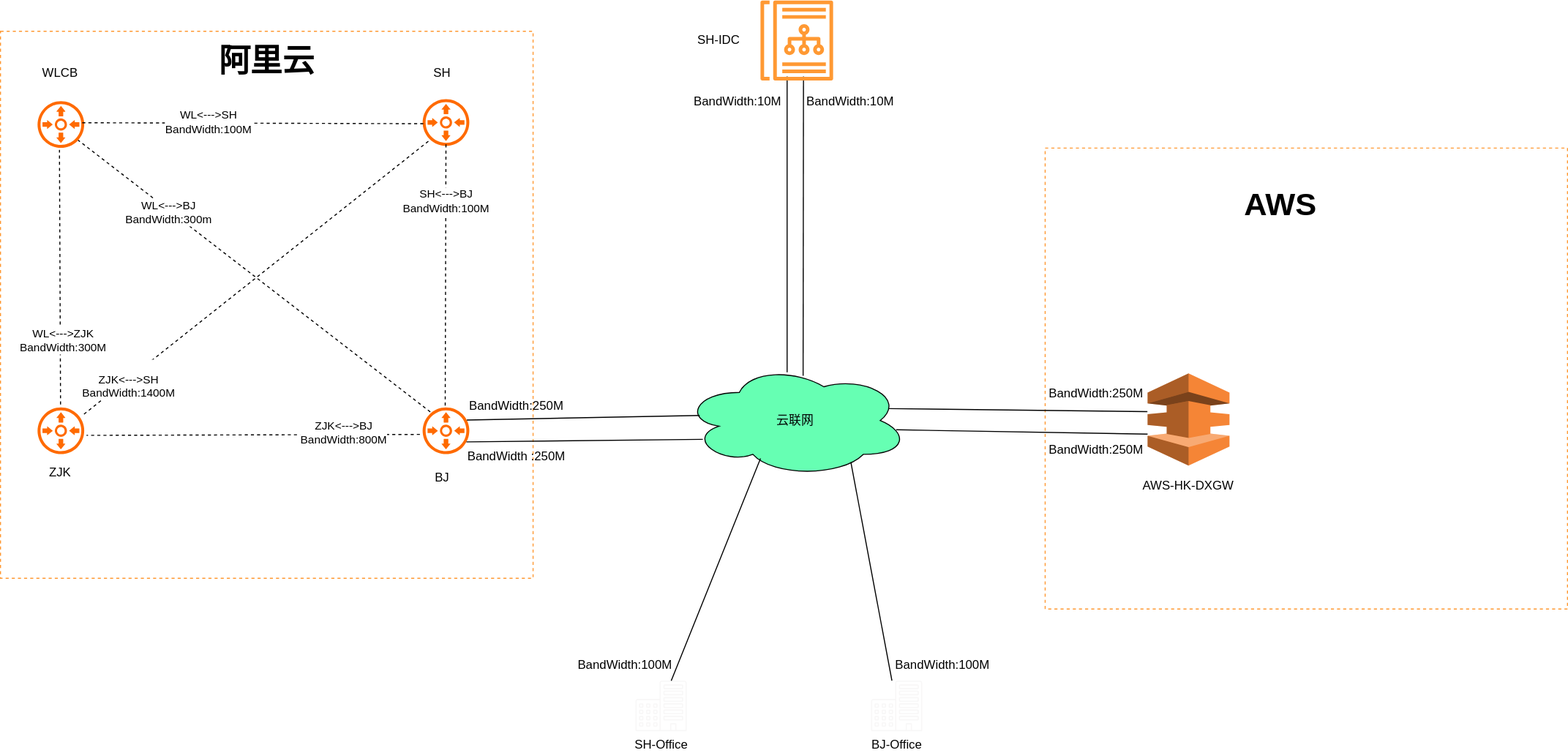
This is traffic.svg from FailEnd/ITPortal, a draw.io export, as it was before one commit. Source tidied: cells renumbered, new cells last; positions are measured from the earlier drawing's top-left corner, leaving out a move shared by most shapes.
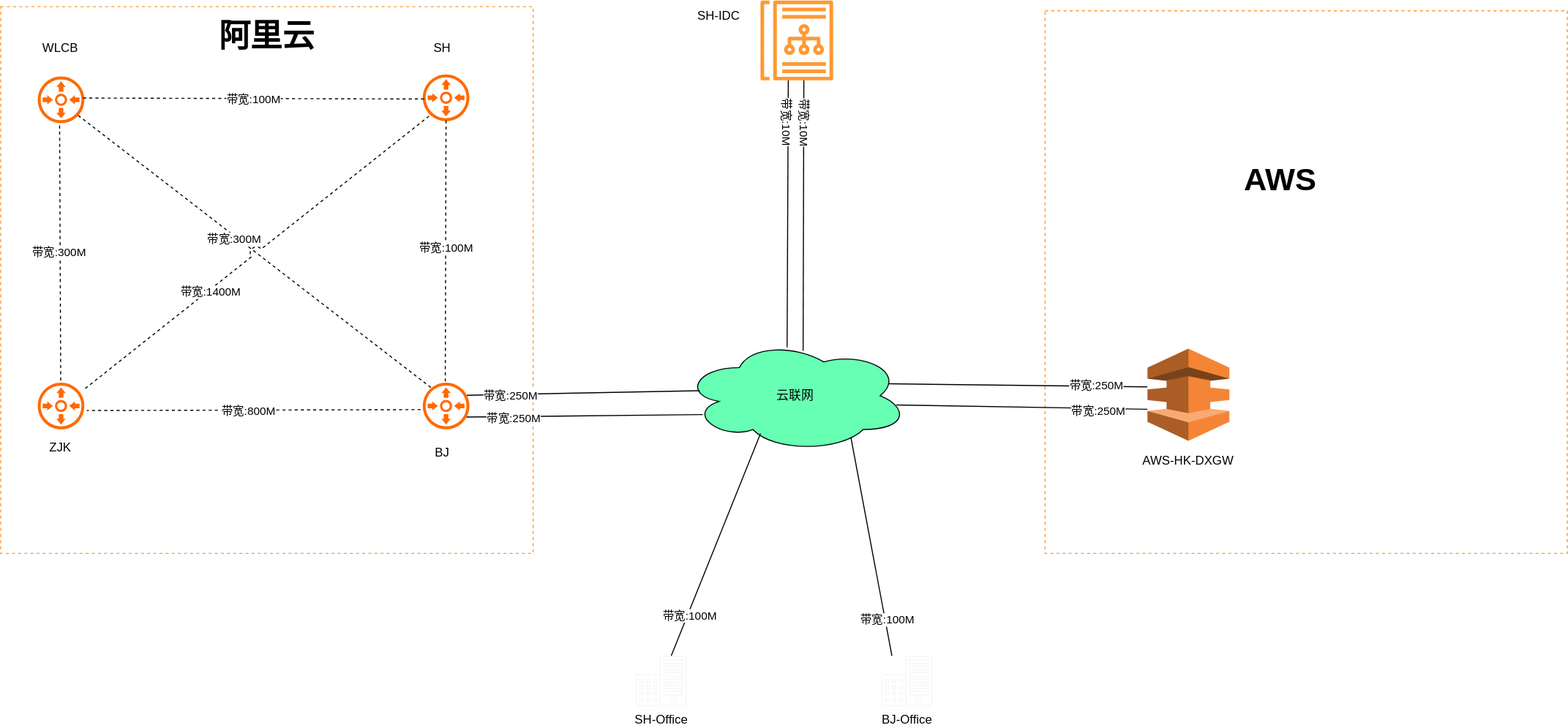
Later version of the same file.

Diff of the diagram source:
```diff
@@ -6,7 +6,7 @@
       <mxGeometry y="30" width="520" height="534" as="geometry" />
     </mxCell>
     <mxCell id="3" style="rounded=0;whiteSpace=wrap;html=1;strokeColor=#FF9933;dashed=1;" parent="1" vertex="1">
-      <mxGeometry x="1020" y="144" width="510" height="450" as="geometry" />
+      <mxGeometry x="1020" y="34" width="510" height="530" as="geometry" />
     </mxCell>
     <mxCell id="4" style="points=[];html=1;align=center;shadow=0;dashed=0;fillColor=#FF6A00;strokeColor=none;shape=mxgraph.alibaba_cloud.vbr_virtual_border_router;" parent="1" vertex="1">
       <mxGeometry x="34" y="96" width="50" height="50" as="geometry" />
@@ -32,35 +32,57 @@
     <mxCell id="11" style="endArrow=none;html=1;rounded=0;entryX=0.344;entryY=0.836;entryDx=0;entryDy=0;entryPerimeter=0;" parent="1" edge="1" source="10" target="9">
       <mxGeometry relative="1" as="geometry" />
     </mxCell>
+    <mxCell id="49" value="带宽:100M" style="edgeLabel;html=1;align=center;verticalAlign=middle;" parent="11" vertex="1">
+      <mxGeometry x="-0.63" y="-1" relative="1" as="geometry" />
+    </mxCell>
     <mxCell id="12" style="endArrow=none;html=1;rounded=0;entryX=0.745;entryY=0.869;entryDx=0;entryDy=0;entryPerimeter=0;" parent="1" edge="1" target="9">
       <mxGeometry relative="1" as="geometry">
         <mxPoint x="870.4" y="664" as="sourcePoint" />
       </mxGeometry>
     </mxCell>
+    <mxCell id="50" value="带宽:100M" style="edgeLabel;html=1;align=center;verticalAlign=middle;" parent="12" vertex="1">
+      <mxGeometry x="-0.67" y="-1" relative="1" as="geometry" />
+    </mxCell>
-    <mxCell id="13" style="endArrow=none;html=1;rounded=0;entryX=0.533;entryY=0.102;entryDx=0;entryDy=0;entryPerimeter=0;exitX=0.592;exitY=0.949;exitDx=0;exitDy=0;exitPerimeter=0;" parent="1" edge="1" source="42" target="9">
+    <mxCell id="13" style="endArrow=none;html=1;rounded=0;entryX=0.533;entryY=0.102;entryDx=0;entryDy=0;entryPerimeter=0;exitX=0.597;exitY=0.985;exitDx=0;exitDy=0;exitPerimeter=0;" parent="1" edge="1" source="42" target="9">
       <mxGeometry relative="1" as="geometry" />
     </mxCell>
+    <mxCell id="51" value="带宽:10M" style="edgeLabel;html=1;align=center;verticalAlign=middle;rotation=90;" parent="13" vertex="1">
+      <mxGeometry x="-0.68" y="2" relative="1" as="geometry" />
+    </mxCell>
-    <mxCell id="14" style="endArrow=none;html=1;rounded=0;exitX=0.391;exitY=0.884;exitDx=0;exitDy=0;exitPerimeter=0;entryX=0.462;entryY=0.071;entryDx=0;entryDy=0;entryPerimeter=0;" parent="1" edge="1" target="9">
-      <mxGeometry relative="1" as="geometry">
-        <mxPoint x="768" y="74" as="sourcePoint" />
-      </mxGeometry>
+    <mxCell id="14" style="endArrow=none;html=1;rounded=0;entryX=0.462;entryY=0.071;entryDx=0;entryDy=0;entryPerimeter=0;exitX=0.383;exitY=0.975;exitDx=0;exitDy=0;exitPerimeter=0;" parent="1" edge="1" source="42" target="9">
+      <mxGeometry relative="1" as="geometry" />
     </mxCell>
+    <mxCell id="52" value="带宽:10M" style="edgeLabel;html=1;align=center;verticalAlign=middle;rotation=90;" parent="14" vertex="1">
+      <mxGeometry x="-0.68" relative="1" as="geometry" />
+    </mxCell>
     <mxCell id="15" style="endArrow=none;html=1;rounded=0;exitX=0.074;exitY=0.455;exitDx=0;exitDy=0;exitPerimeter=0;entryX=0.907;entryY=0.29;entryDx=0;entryDy=0;entryPerimeter=0;" parent="1" edge="1" source="9" target="7">
       <mxGeometry relative="1" as="geometry" />
     </mxCell>
+    <mxCell id="53" value="带宽:250M" style="edgeLabel;html=1;align=center;verticalAlign=middle;" parent="15" vertex="1">
+      <mxGeometry x="0.62" relative="1" as="geometry" />
+    </mxCell>
     <mxCell id="16" style="endArrow=none;html=1;rounded=0;exitX=0.088;exitY=0.667;exitDx=0;exitDy=0;exitPerimeter=0;entryX=0.899;entryY=0.717;entryDx=0;entryDy=0;entryPerimeter=0;" parent="1" edge="1" source="9" target="7">
       <mxGeometry relative="1" as="geometry" />
     </mxCell>
+    <mxCell id="54" value="带宽:250M" style="edgeLabel;html=1;align=center;verticalAlign=middle;" parent="16" vertex="1">
+      <mxGeometry x="0.61" y="1" relative="1" as="geometry" />
+    </mxCell>
     <mxCell id="17" style="endArrow=none;html=1;rounded=0;exitX=0.913;exitY=0.394;exitDx=0;exitDy=0;exitPerimeter=0;entryX=-0.002;entryY=0.294;entryDx=0;entryDy=0;entryPerimeter=0;" parent="1" edge="1" source="9">
       <mxGeometry relative="1" as="geometry">
         <mxPoint x="1119.8" y="401.3" as="targetPoint" />
       </mxGeometry>
     </mxCell>
+    <mxCell id="55" value="带宽:250M" style="edgeLabel;html=1;align=center;verticalAlign=middle;" parent="17" vertex="1">
+      <mxGeometry x="0.6" y="2" relative="1" as="geometry" />
+    </mxCell>
     <mxCell id="18" style="endArrow=none;html=1;rounded=0;exitX=0.946;exitY=0.582;exitDx=0;exitDy=0;exitPerimeter=0;" parent="1" edge="1" source="9">
       <mxGeometry relative="1" as="geometry">
         <mxPoint x="1120" y="423.2" as="targetPoint" />
       </mxGeometry>
     </mxCell>
+    <mxCell id="56" value="带宽:250M" style="edgeLabel;html=1;align=center;verticalAlign=middle;" parent="18" vertex="1">
+      <mxGeometry x="0.6" y="-2" relative="1" as="geometry" />
+    </mxCell>
     <mxCell id="19" value="AWS-HK-DXGW" style="text;strokeColor=none;align=center;fillColor=none;html=1;verticalAlign=middle;whiteSpace=wrap;rounded=0;" parent="1" vertex="1">
       <mxGeometry x="1100" y="459" width="120" height="30" as="geometry" />
     </mxCell>
@@ -72,73 +94,49 @@
         <mxPoint x="84" y="424.4" as="targetPoint" />
       </mxGeometry>
     </mxCell>
-    <mxCell id="22" value="ZJK&amp;lt;---&amp;gt;BJ&lt;br&gt;BandWidth:800M" style="edgeLabel;html=1;align=center;verticalAlign=middle;" parent="21" vertex="1">
-      <mxGeometry x="-0.53" y="-2" relative="1" as="geometry" />
-    </mxCell>
+    <mxCell id="57" value="带宽:800M" style="edgeLabel;html=1;align=center;verticalAlign=middle;" parent="21" vertex="1">
+      <mxGeometry x="0.04" relative="1" as="geometry" />
+    </mxCell>
     <mxCell id="23" style="endArrow=none;html=1;rounded=0;entryX=0.499;entryY=0.895;entryDx=0;entryDy=0;entryPerimeter=0;exitX=0.484;exitY=0.021;exitDx=0;exitDy=0;exitPerimeter=0;dashed=1;flowAnimation=1;" parent="1" edge="1" source="7" target="5">
       <mxGeometry relative="1" as="geometry" />
     </mxCell>
-    <mxCell id="24" value="&lt;div&gt;SH&amp;lt;---&amp;gt;BJ&lt;/div&gt;BandWidth:100M" style="edgeLabel;html=1;align=center;verticalAlign=middle;" parent="23" vertex="1">
-      <mxGeometry x="0.57" relative="1" as="geometry" />
-    </mxCell>
+    <mxCell id="58" value="带宽:100M" style="edgeLabel;html=1;align=center;verticalAlign=middle;" parent="23" vertex="1">
+      <mxGeometry x="0.02" relative="1" as="geometry" />
+    </mxCell>
     <mxCell id="25" style="endArrow=none;html=1;rounded=0;exitX=0.203;exitY=0.139;exitDx=0;exitDy=0;exitPerimeter=0;entryX=0.836;entryY=0.806;entryDx=0;entryDy=0;entryPerimeter=0;dashed=1;flowAnimation=1;" parent="1" edge="1" source="7" target="4">
       <mxGeometry relative="1" as="geometry" />
     </mxCell>
-    <mxCell id="26" value="&lt;div&gt;WL&amp;lt;---&amp;gt;BJ&lt;/div&gt;BandWidth:300m" style="edgeLabel;html=1;align=center;verticalAlign=middle;" parent="25" vertex="1">
-      <mxGeometry x="0.48" y="2" relative="1" as="geometry" />
-    </mxCell>
+    <mxCell id="59" value="带宽:300M" style="edgeLabel;html=1;align=center;verticalAlign=middle;" parent="25" vertex="1">
+      <mxGeometry x="0.11" y="2" relative="1" as="geometry" />
+    </mxCell>
     <mxCell id="27" style="endArrow=none;html=1;rounded=0;exitX=0.48;exitY=0.006;exitDx=0;exitDy=0;exitPerimeter=0;entryX=0.471;entryY=0.996;entryDx=0;entryDy=0;entryPerimeter=0;dashed=1;flowAnimation=1;" parent="1" edge="1" target="4">
       <mxGeometry relative="1" as="geometry">
         <mxPoint x="58.6" y="395" as="sourcePoint" />
       </mxGeometry>
     </mxCell>
-    <mxCell id="28" value="WL&amp;lt;---&amp;gt;ZJK&lt;br&gt;BandWidth:300M" style="edgeLabel;html=1;align=center;verticalAlign=middle;" parent="27" vertex="1">
-      <mxGeometry x="-0.5" y="-2" relative="1" as="geometry" />
-    </mxCell>
+    <mxCell id="60" value="带宽:300M" style="edgeLabel;html=1;align=center;verticalAlign=middle;" parent="27" vertex="1">
+      <mxGeometry y="2" relative="1" as="geometry" />
+    </mxCell>
     <mxCell id="29" style="endArrow=none;html=1;rounded=0;exitX=0.07;exitY=0.524;exitDx=0;exitDy=0;exitPerimeter=0;entryX=0.895;entryY=0.465;entryDx=0;entryDy=0;entryPerimeter=0;dashed=1;flowAnimation=1;" parent="1" edge="1" source="5" target="4">
       <mxGeometry relative="1" as="geometry" />
     </mxCell>
-    <mxCell id="30" value="WL&amp;lt;---&amp;gt;SH&lt;br&gt;BandWidth:100M" style="edgeLabel;html=1;align=center;verticalAlign=middle;" parent="29" vertex="1">
-      <mxGeometry x="0.26" y="-1" relative="1" as="geometry" />
-    </mxCell>
+    <mxCell id="61" value="带宽:100M" style="edgeLabel;html=1;align=center;verticalAlign=middle;" parent="29" vertex="1">
+      <mxGeometry relative="1" as="geometry" />
+    </mxCell>
-    <mxCell id="31" style="endArrow=none;html=1;rounded=0;entryX=0.939;entryY=0.184;entryDx=0;entryDy=0;entryPerimeter=0;exitX=0.166;exitY=0.858;exitDx=0;exitDy=0;exitPerimeter=0;dashed=1;flowAnimation=1;" parent="1" edge="1" source="5" target="6">
+    <mxCell id="31" style="endArrow=none;html=1;rounded=1;entryX=0.939;entryY=0.184;entryDx=0;entryDy=0;entryPerimeter=0;exitX=0.166;exitY=0.858;exitDx=0;exitDy=0;exitPerimeter=0;dashed=1;flowAnimation=1;curved=0;jumpStyle=arc;jumpSize=12;" parent="1" edge="1" source="5" target="6">
       <mxGeometry relative="1" as="geometry" />
     </mxCell>
-    <mxCell id="32" value="&lt;div&gt;&lt;br&gt;&lt;/div&gt;ZJK&amp;lt;---&amp;gt;SH&lt;br&gt;BandWidth:1400M" style="edgeLabel;html=1;align=center;verticalAlign=middle;" parent="31" vertex="1">
-      <mxGeometry x="0.74" relative="1" as="geometry" />
-    </mxCell>
-    <mxCell id="33" value="BandWidth:10M" style="text;strokeColor=none;align=center;fillColor=none;html=1;verticalAlign=middle;whiteSpace=wrap;rounded=0;" parent="1" vertex="1">
-      <mxGeometry x="690" y="84" width="60" height="30" as="geometry" />
-    </mxCell>
-    <mxCell id="34" value="BandWidth:10M" style="text;strokeColor=none;align=center;fillColor=none;html=1;verticalAlign=middle;whiteSpace=wrap;rounded=0;" parent="1" vertex="1">
-      <mxGeometry x="800" y="84" width="60" height="30" as="geometry" />
-    </mxCell>
-    <mxCell id="35" value="BandWidth:250M" style="text;strokeColor=none;align=center;fillColor=none;html=1;verticalAlign=middle;whiteSpace=wrap;rounded=0;" parent="1" vertex="1">
-      <mxGeometry x="474" y="381" width="60" height="30" as="geometry" />
-    </mxCell>
-    <mxCell id="36" value="BandWidth :250M" style="text;strokeColor=none;align=center;fillColor=none;html=1;verticalAlign=middle;whiteSpace=wrap;rounded=0;" parent="1" vertex="1">
-      <mxGeometry x="454" y="430" width="100" height="30" as="geometry" />
-    </mxCell>
-    <mxCell id="37" value="BandWidth:100M" style="text;strokeColor=none;align=center;fillColor=none;html=1;verticalAlign=middle;whiteSpace=wrap;rounded=0;" parent="1" vertex="1">
-      <mxGeometry x="580" y="634" width="60" height="30" as="geometry" />
-    </mxCell>
-    <mxCell id="38" value="BandWidth:100M" style="text;strokeColor=none;align=center;fillColor=none;html=1;verticalAlign=middle;whiteSpace=wrap;rounded=0;" parent="1" vertex="1">
-      <mxGeometry x="890" y="634" width="60" height="30" as="geometry" />
-    </mxCell>
-    <mxCell id="39" value="BandWidth:250M" style="text;strokeColor=none;align=center;fillColor=none;html=1;verticalAlign=middle;whiteSpace=wrap;rounded=0;" parent="1" vertex="1">
-      <mxGeometry x="1040" y="369" width="60" height="30" as="geometry" />
-    </mxCell>
-    <mxCell id="40" value="BandWidth:250M" style="text;strokeColor=none;align=center;fillColor=none;html=1;verticalAlign=middle;whiteSpace=wrap;rounded=0;" parent="1" vertex="1">
-      <mxGeometry x="1040" y="424" width="60" height="30" as="geometry" />
-    </mxCell>
+    <mxCell id="62" value="带宽:1400M" style="edgeLabel;html=1;align=center;verticalAlign=middle;" parent="31" vertex="1">
+      <mxGeometry x="0.28" y="1" relative="1" as="geometry" />
+    </mxCell>
     <mxCell id="41" style="dashed=0;verticalLabelPosition=bottom;verticalAlign=top;align=center;html=1;shape=mxgraph.aws3.direct_connect;fillColor=#F58536;gradientColor=none;" parent="1" vertex="1">
       <mxGeometry x="1120" y="364" width="80" height="90" as="geometry" />
     </mxCell>
     <mxCell id="42" style="sketch=0;outlineConnect=0;fontColor=#232F3E;gradientColor=none;fillColor=#FF9933;strokeColor=none;dashed=0;verticalLabelPosition=bottom;verticalAlign=top;align=center;html=1;fontSize=12;fontStyle=0;shape=mxgraph.aws4.datazone_business_data_catalog;" parent="1" vertex="1">
-      <mxGeometry x="742" width="71" height="78" as="geometry" />
+      <mxGeometry x="742" y="24" width="71" height="78" as="geometry" />
     </mxCell>
     <mxCell id="43" value="BJ-Office" style="sketch=0;verticalLabelPosition=bottom;sketch=0;html=1;verticalAlign=top;strokeColor=none;fillColor=light-dark(#f8f7f7, #ededed);align=center;shape=mxgraph.citrix2.office;" parent="1" vertex="1">
-      <mxGeometry x="850" y="664" width="50" height="49.2" as="geometry" />
+      <mxGeometry x="860" y="664" width="50" height="49.2" as="geometry" />
     </mxCell>
     <mxCell id="44" value="ZJK" style="text;strokeColor=none;align=center;fillColor=none;html=1;verticalAlign=middle;whiteSpace=wrap;rounded=0;fontColor=default;" parent="1" vertex="1">
       <mxGeometry x="23" y="446" width="71" height="30" as="geometry" />
```
